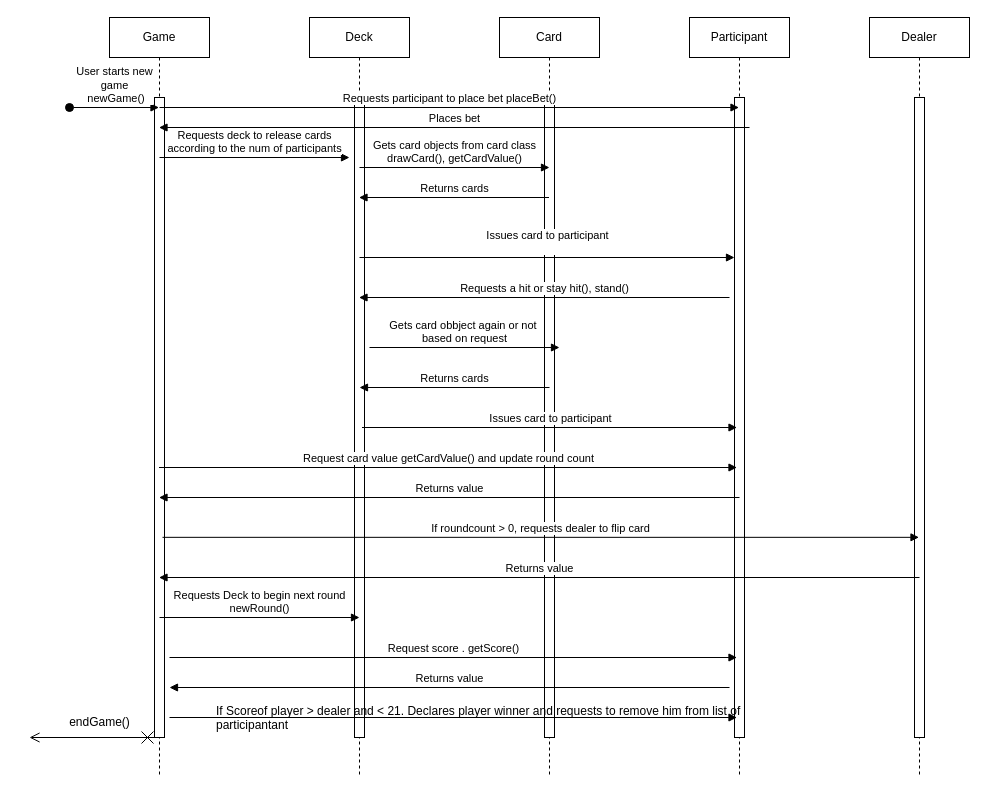
Above: InteractiveSeqDiagram.drawio in rajathmCMU/f23-lab04 (draw.io), before the change. Source tidied: cells renumbered, new cells numbered last; positions are measured from the earlier drawing's top-left corner, leaving out a move shared by most shapes. Both pictures are drawn from the tidied source at 100%, with x=0, y=0 at pixel (29, 17).
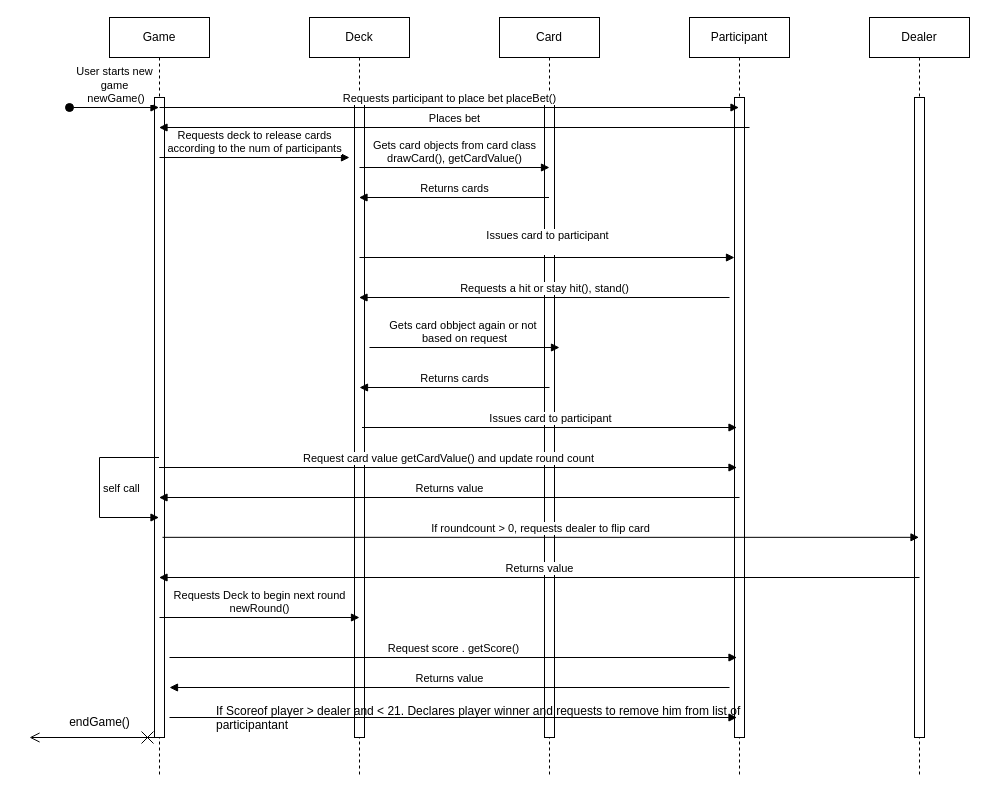
Above is the later version.

Unchanged cells that the change refers to:
```xml
<mxCell id="2" value="Game" style="shape=umlLifeline;perimeter=lifelinePerimeter;whiteSpace=wrap;html=1;outlineConnect=0;portConstraint=eastwest;newEdgeStyle={&quot;curved&quot;:0,&quot;rounded&quot;:0};" parent="1" vertex="1">
  <mxGeometry x="80" width="100" height="760" as="geometry" />
</mxCell>
```

The edit, as a diff of the source:
```diff
@@
+    <mxCell id="34" value="self call" style="html=1;align=left;spacingLeft=2;endArrow=block;rounded=0;edgeStyle=orthogonalEdgeStyle;curved=0;rounded=0;" parent="1" edge="1" source="2" target="2">
+      <mxGeometry relative="1" as="geometry">
+        <Array as="points">
+          <mxPoint x="70" y="440" />
+          <mxPoint x="70" y="500" />
+        </Array>
+      </mxGeometry>
+    </mxCell>
```
